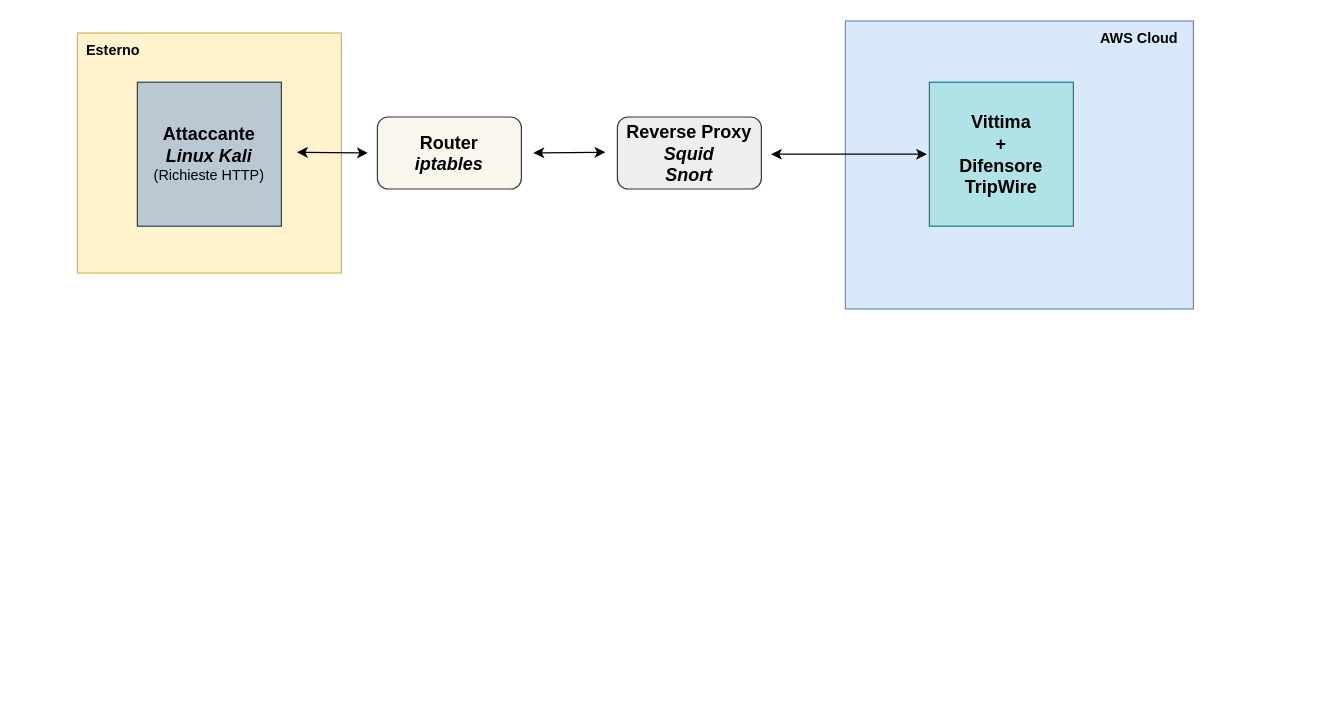
This is schema-adv-cybersec-aggiornato[4_10_23].drawio from alexxdediu/Advanced-Cybersec, a draw.io file, before an edit. Source tidied: cells renumbered, new cells numbered last; positions are measured from the earlier drawing's top-left corner, leaving out a move shared by most shapes. Both pictures are drawn from the tidied source at 120%, with x=0, y=0 at pixel (77, 20).
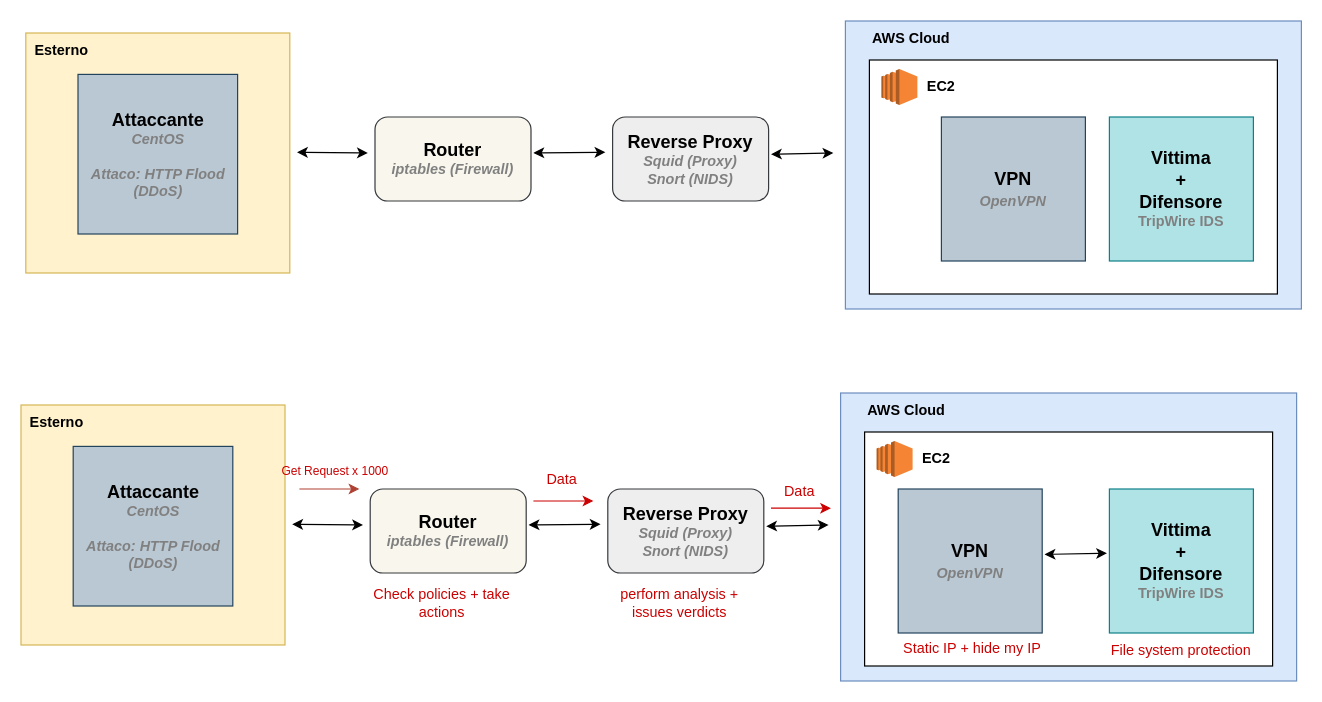
After the change.

What changed in the source:
```diff
@@
     <mxCell id="2" style="rounded=0;whiteSpace=wrap;html=1;fillColor=#fff2cc;strokeColor=#d6b656;" parent="1" vertex="1">
-      <mxGeometry y="10" width="220" height="200" as="geometry" />
+      <mxGeometry x="-43" y="10" width="220" height="200" as="geometry" />
     </mxCell>
     <mxCell id="3" style="rounded=0;whiteSpace=wrap;html=1;fillColor=#dae8fc;strokeColor=#6c8ebf;" parent="1" vertex="1">
-      <mxGeometry x="640" width="290" height="240" as="geometry" />
+      <mxGeometry x="640" width="380" height="240" as="geometry" />
     </mxCell>
-    <mxCell id="4" value="&lt;div&gt;&lt;b&gt;&lt;font style=&quot;font-size: 15px;&quot;&gt;Attaccante&lt;/font&gt;&lt;/b&gt;&lt;/div&gt;&lt;div&gt;&lt;b&gt;&lt;font style=&quot;font-size: 15px;&quot;&gt;&lt;i&gt;Linux Kali&lt;/i&gt;&lt;/font&gt;&lt;/b&gt;&lt;/div&gt;&lt;div&gt;&lt;span style=&quot;&quot;&gt;&lt;font style=&quot;font-size: 12px;&quot;&gt;(Richieste HTTP)&lt;/font&gt;&lt;/span&gt;&lt;b style=&quot;&quot;&gt;&lt;font style=&quot;font-size: 12px;&quot;&gt;&lt;br&gt;&lt;/font&gt;&lt;/b&gt;&lt;/div&gt;" style="whiteSpace=wrap;html=1;fillColor=#bac8d3;strokeColor=#23445d;" parent="1" vertex="1">
-      <mxGeometry x="50" y="51" width="120" height="120" as="geometry" />
+    <mxCell id="4" value="&lt;div&gt;&lt;b&gt;&lt;font style=&quot;font-size: 15px;&quot;&gt;Attaccante&lt;/font&gt;&lt;/b&gt;&lt;/div&gt;&lt;div&gt;&lt;font color=&quot;#808080&quot;&gt;&lt;b&gt;&lt;i&gt;CentOS&lt;/i&gt;&lt;/b&gt;&lt;/font&gt;&lt;/div&gt;&lt;div&gt;&lt;font color=&quot;#808080&quot;&gt;&lt;b&gt;&lt;i&gt;&lt;br&gt;&lt;/i&gt;&lt;/b&gt;&lt;/font&gt;&lt;/div&gt;&lt;div&gt;&lt;font color=&quot;#808080&quot;&gt;&lt;b&gt;&lt;i&gt;&lt;span style=&quot;&quot;&gt;&lt;font style=&quot;font-size: 12px;&quot;&gt;Attaco: HTTP Flood&lt;/font&gt;&lt;/span&gt;&lt;/i&gt;&lt;/b&gt;&lt;/font&gt;&lt;/div&gt;&lt;div&gt;&lt;font color=&quot;#808080&quot;&gt;&lt;b&gt;&lt;i&gt;&lt;span style=&quot;&quot;&gt;&lt;font style=&quot;font-size: 12px;&quot;&gt;(DDoS)&lt;br&gt;&lt;/font&gt;&lt;/span&gt;&lt;/i&gt;&lt;/b&gt;&lt;/font&gt;&lt;/div&gt;" style="whiteSpace=wrap;html=1;fillColor=#bac8d3;strokeColor=#23445d;" parent="1" vertex="1">
+      <mxGeometry x="0.5" y="44.5" width="133" height="133" as="geometry" />
     </mxCell>
-    <mxCell id="5" value="&lt;div&gt;&lt;font style=&quot;font-size: 15px;&quot;&gt;&lt;b&gt;Reverse Proxy&lt;/b&gt;&lt;/font&gt;&lt;/div&gt;&lt;div&gt;&lt;i&gt;&lt;font style=&quot;font-size: 15px;&quot;&gt;&lt;b&gt;Squid&lt;/b&gt;&lt;/font&gt;&lt;/i&gt;&lt;/div&gt;&lt;div&gt;&lt;i&gt;&lt;font style=&quot;font-size: 15px;&quot;&gt;&lt;b&gt;Snort&lt;br&gt;&lt;/b&gt;&lt;/font&gt;&lt;/i&gt;&lt;/div&gt;" style="rounded=1;whiteSpace=wrap;html=1;fillColor=#eeeeee;strokeColor=#36393d;" parent="1" vertex="1">
-      <mxGeometry x="450" y="80" width="120" height="60" as="geometry" />
+    <mxCell id="5" value="&lt;div&gt;&lt;font style=&quot;font-size: 15px;&quot;&gt;&lt;b&gt;Reverse Proxy&lt;/b&gt;&lt;/font&gt;&lt;/div&gt;&lt;div style=&quot;&quot;&gt;&lt;font style=&quot;font-size: 12px;&quot; color=&quot;#808080&quot;&gt;&lt;i&gt;&lt;font style=&quot;font-size: 12px;&quot;&gt;&lt;b&gt;Squid (Proxy)&lt;br&gt;&lt;/b&gt;&lt;/font&gt;&lt;/i&gt;&lt;/font&gt;&lt;/div&gt;&lt;div style=&quot;&quot;&gt;&lt;font style=&quot;font-size: 12px;&quot; color=&quot;#808080&quot;&gt;&lt;i&gt;&lt;font style=&quot;font-size: 12px;&quot;&gt;&lt;b&gt;Snort (NIDS)&lt;/b&gt;&lt;/font&gt;&lt;font style=&quot;font-size: 12px;&quot;&gt;&lt;b&gt;&lt;br&gt;&lt;/b&gt;&lt;/font&gt;&lt;/i&gt;&lt;/font&gt;&lt;/div&gt;" style="rounded=1;whiteSpace=wrap;html=1;fillColor=#eeeeee;strokeColor=#36393d;" parent="1" vertex="1">
+      <mxGeometry x="446" y="80" width="130" height="70" as="geometry" />
     </mxCell>
-    <mxCell id="6" value="&lt;div&gt;&lt;font style=&quot;font-size: 15px;&quot;&gt;&lt;b&gt;Router&lt;/b&gt;&lt;/font&gt;&lt;/div&gt;&lt;div&gt;&lt;i&gt;&lt;font style=&quot;font-size: 15px;&quot;&gt;&lt;b&gt;iptables&lt;/b&gt;&lt;/font&gt;&lt;/i&gt;&lt;/div&gt;" style="rounded=1;whiteSpace=wrap;html=1;fillColor=#f9f7ed;strokeColor=#36393d;" parent="1" vertex="1">
-      <mxGeometry x="250" y="80" width="120" height="60" as="geometry" />
+    <mxCell id="6" value="&lt;div&gt;&lt;font style=&quot;font-size: 15px;&quot;&gt;&lt;b&gt;Router&lt;/b&gt;&lt;/font&gt;&lt;/div&gt;&lt;div style=&quot;&quot;&gt;&lt;i&gt;&lt;font style=&quot;font-size: 12px;&quot; color=&quot;#808080&quot;&gt;&lt;b style=&quot;&quot;&gt;iptables (Firewall)&lt;/b&gt;&lt;/font&gt;&lt;font style=&quot;font-size: 12px;&quot; color=&quot;#808080&quot;&gt;&lt;b&gt;&lt;br&gt;&lt;/b&gt;&lt;/font&gt;&lt;/i&gt;&lt;/div&gt;" style="rounded=1;whiteSpace=wrap;html=1;fillColor=#f9f7ed;strokeColor=#36393d;" parent="1" vertex="1">
+      <mxGeometry x="248" y="80" width="130" height="70" as="geometry" />
     </mxCell>
-    <mxCell id="7" value="&lt;div&gt;&lt;b&gt;&lt;font style=&quot;font-size: 15px;&quot;&gt;Vittima&lt;/font&gt;&lt;/b&gt;&lt;/div&gt;&lt;div&gt;&lt;b&gt;&lt;font style=&quot;font-size: 15px;&quot;&gt;+&lt;/font&gt;&lt;/b&gt;&lt;/div&gt;&lt;div&gt;&lt;b&gt;&lt;font style=&quot;font-size: 15px;&quot;&gt;Difensore&lt;br&gt;&lt;/font&gt;&lt;/b&gt;&lt;/div&gt;&lt;div&gt;&lt;b&gt;&lt;font style=&quot;font-size: 15px;&quot;&gt;TripWire&lt;br&gt;&lt;/font&gt;&lt;/b&gt;&lt;/div&gt;" style="whiteSpace=wrap;html=1;fillColor=#b0e3e6;strokeColor=#0e8088;" parent="1" vertex="1">
-      <mxGeometry x="710" y="51" width="120" height="120" as="geometry" />
-    </mxCell>
     <mxCell id="8" value="&lt;b&gt;AWS Cloud&lt;/b&gt;" style="text;html=1;strokeColor=none;fillColor=none;align=center;verticalAlign=middle;whiteSpace=wrap;rounded=0;" parent="1" vertex="1">
-      <mxGeometry x="840" width="90" height="30" as="geometry" />
+      <mxGeometry x="650" width="90" height="30" as="geometry" />
     </mxCell>
-    <mxCell id="9" style="endArrow=classic;startArrow=classic;html=1;rounded=0;entryX=0;entryY=0.5;entryDx=0;entryDy=0;" parent="1" edge="1">
+    <mxCell id="9" style="endArrow=classic;startArrow=classic;html=1;rounded=0;" parent="1" edge="1">
       <mxGeometry relative="1" as="geometry">
         <mxPoint x="578" y="111" as="sourcePoint" />
-        <mxPoint x="708" y="111" as="targetPoint" />
+        <mxPoint x="630" y="110" as="targetPoint" />
       </mxGeometry>
     </mxCell>
@@
     <mxCell id="12" value="&lt;b&gt;Esterno&lt;/b&gt;" style="text;html=1;strokeColor=none;fillColor=none;align=center;verticalAlign=middle;whiteSpace=wrap;rounded=0;" parent="1" vertex="1">
-      <mxGeometry y="10" width="60" height="30" as="geometry" />
+      <mxGeometry x="-43" y="10" width="60" height="30" as="geometry" />
     </mxCell>
+    <mxCell id="13" style="rounded=0;whiteSpace=wrap;html=1;" parent="1" vertex="1">
+      <mxGeometry x="660" y="32.5" width="340" height="195" as="geometry" />
+    </mxCell>
+    <mxCell id="7" value="&lt;div&gt;&lt;b&gt;&lt;font style=&quot;font-size: 15px;&quot;&gt;Vittima&lt;/font&gt;&lt;/b&gt;&lt;/div&gt;&lt;div&gt;&lt;b&gt;&lt;font style=&quot;font-size: 15px;&quot;&gt;+&lt;/font&gt;&lt;/b&gt;&lt;/div&gt;&lt;div&gt;&lt;b&gt;&lt;font style=&quot;font-size: 15px;&quot;&gt;Difensore&lt;br&gt;&lt;/font&gt;&lt;/b&gt;&lt;/div&gt;&lt;div&gt;&lt;b style=&quot;&quot;&gt;&lt;font color=&quot;#808080&quot; style=&quot;font-size: 12px;&quot;&gt;TripWire IDS&lt;br&gt;&lt;/font&gt;&lt;/b&gt;&lt;/div&gt;" style="whiteSpace=wrap;html=1;fillColor=#b0e3e6;strokeColor=#0e8088;" parent="1" vertex="1">
+      <mxGeometry x="860" y="80" width="120" height="120" as="geometry" />
+    </mxCell>
+    <mxCell id="14" value="&lt;div&gt;&lt;font style=&quot;font-size: 15px;&quot;&gt;&lt;b&gt;VPN&lt;/b&gt;&lt;/font&gt;&lt;/div&gt;&lt;div&gt;&lt;font color=&quot;#808080&quot; style=&quot;font-size: 15px;&quot;&gt;&lt;b style=&quot;font-size: 12px;&quot;&gt;&lt;i&gt;OpenVPN&lt;br&gt;&lt;/i&gt;&lt;/b&gt;&lt;/font&gt;&lt;/div&gt;" style="whiteSpace=wrap;html=1;fillColor=#bac8d3;strokeColor=#23445d;" parent="1" vertex="1">
+      <mxGeometry x="720" y="80" width="120" height="120" as="geometry" />
+    </mxCell>
+    <mxCell id="15" style="dashed=0;verticalLabelPosition=bottom;verticalAlign=top;align=center;html=1;shape=mxgraph.aws3.ec2;fillColor=#F58534;gradientColor=none;" parent="1" vertex="1">
+      <mxGeometry x="670" y="40" width="30" height="30" as="geometry" />
+    </mxCell>
+    <mxCell id="16" value="&lt;b&gt;EC2&lt;/b&gt;" style="text;html=1;strokeColor=none;fillColor=none;align=center;verticalAlign=middle;whiteSpace=wrap;rounded=0;" parent="1" vertex="1">
+      <mxGeometry x="690" y="40" width="60" height="30" as="geometry" />
+    </mxCell>
+    <mxCell id="17" style="rounded=0;whiteSpace=wrap;html=1;fillColor=#fff2cc;strokeColor=#d6b656;" parent="1" vertex="1">
+      <mxGeometry x="-47" y="320" width="220" height="200" as="geometry" />
+    </mxCell>
+    <mxCell id="18" style="rounded=0;whiteSpace=wrap;html=1;fillColor=#dae8fc;strokeColor=#6c8ebf;" parent="1" vertex="1">
+      <mxGeometry x="636" y="310" width="380" height="240" as="geometry" />
+    </mxCell>
+    <mxCell id="19" value="&lt;div&gt;&lt;b&gt;&lt;font style=&quot;font-size: 15px;&quot;&gt;Attaccante&lt;/font&gt;&lt;/b&gt;&lt;/div&gt;&lt;div&gt;&lt;font color=&quot;#808080&quot;&gt;&lt;b&gt;&lt;i&gt;CentOS&lt;/i&gt;&lt;/b&gt;&lt;/font&gt;&lt;/div&gt;&lt;div&gt;&lt;font color=&quot;#808080&quot;&gt;&lt;b&gt;&lt;i&gt;&lt;br&gt;&lt;/i&gt;&lt;/b&gt;&lt;/font&gt;&lt;/div&gt;&lt;div&gt;&lt;font color=&quot;#808080&quot;&gt;&lt;b&gt;&lt;i&gt;&lt;span style=&quot;&quot;&gt;&lt;font style=&quot;font-size: 12px;&quot;&gt;Attaco: HTTP Flood&lt;/font&gt;&lt;/span&gt;&lt;/i&gt;&lt;/b&gt;&lt;/font&gt;&lt;/div&gt;&lt;div&gt;&lt;font color=&quot;#808080&quot;&gt;&lt;b&gt;&lt;i&gt;&lt;span style=&quot;&quot;&gt;&lt;font style=&quot;font-size: 12px;&quot;&gt;(DDoS)&lt;br&gt;&lt;/font&gt;&lt;/span&gt;&lt;/i&gt;&lt;/b&gt;&lt;/font&gt;&lt;/div&gt;" style="whiteSpace=wrap;html=1;fillColor=#bac8d3;strokeColor=#23445d;" parent="1" vertex="1">
+      <mxGeometry x="-3.5" y="354.5" width="133" height="133" as="geometry" />
+    </mxCell>
+    <mxCell id="20" value="&lt;div&gt;&lt;font style=&quot;font-size: 15px;&quot;&gt;&lt;b&gt;Reverse Proxy&lt;/b&gt;&lt;/font&gt;&lt;/div&gt;&lt;div style=&quot;&quot;&gt;&lt;font style=&quot;font-size: 12px;&quot; color=&quot;#808080&quot;&gt;&lt;i&gt;&lt;font style=&quot;font-size: 12px;&quot;&gt;&lt;b&gt;Squid (Proxy)&lt;br&gt;&lt;/b&gt;&lt;/font&gt;&lt;/i&gt;&lt;/font&gt;&lt;/div&gt;&lt;div style=&quot;&quot;&gt;&lt;font style=&quot;font-size: 12px;&quot; color=&quot;#808080&quot;&gt;&lt;i&gt;&lt;font style=&quot;font-size: 12px;&quot;&gt;&lt;b&gt;Snort (NIDS)&lt;/b&gt;&lt;/font&gt;&lt;font style=&quot;font-size: 12px;&quot;&gt;&lt;b&gt;&lt;br&gt;&lt;/b&gt;&lt;/font&gt;&lt;/i&gt;&lt;/font&gt;&lt;/div&gt;" style="rounded=1;whiteSpace=wrap;html=1;fillColor=#eeeeee;strokeColor=#36393d;" parent="1" vertex="1">
+      <mxGeometry x="442" y="390" width="130" height="70" as="geometry" />
+    </mxCell>
+    <mxCell id="21" value="&lt;div&gt;&lt;font style=&quot;font-size: 15px;&quot;&gt;&lt;b&gt;Router&lt;/b&gt;&lt;/font&gt;&lt;/div&gt;&lt;div style=&quot;&quot;&gt;&lt;i&gt;&lt;font style=&quot;font-size: 12px;&quot; color=&quot;#808080&quot;&gt;&lt;b style=&quot;&quot;&gt;iptables (Firewall)&lt;/b&gt;&lt;/font&gt;&lt;font style=&quot;font-size: 12px;&quot; color=&quot;#808080&quot;&gt;&lt;b&gt;&lt;br&gt;&lt;/b&gt;&lt;/font&gt;&lt;/i&gt;&lt;/div&gt;" style="rounded=1;whiteSpace=wrap;html=1;fillColor=#f9f7ed;strokeColor=#36393d;" parent="1" vertex="1">
+      <mxGeometry x="244" y="390" width="130" height="70" as="geometry" />
+    </mxCell>
+    <mxCell id="22" value="&lt;b&gt;AWS Cloud&lt;/b&gt;" style="text;html=1;strokeColor=none;fillColor=none;align=center;verticalAlign=middle;whiteSpace=wrap;rounded=0;" parent="1" vertex="1">
+      <mxGeometry x="646" y="310" width="90" height="30" as="geometry" />
+    </mxCell>
+    <mxCell id="23" style="endArrow=classic;startArrow=classic;html=1;rounded=0;" parent="1" edge="1">
+      <mxGeometry relative="1" as="geometry">
+        <mxPoint x="574" y="421" as="sourcePoint" />
+        <mxPoint x="626" y="420" as="targetPoint" />
+      </mxGeometry>
+    </mxCell>
+    <mxCell id="24" style="endArrow=classic;startArrow=classic;html=1;rounded=0;" parent="1" edge="1">
+      <mxGeometry relative="1" as="geometry">
+        <mxPoint x="179" y="419.4" as="sourcePoint" />
+        <mxPoint x="238" y="420" as="targetPoint" />
+      </mxGeometry>
+    </mxCell>
+    <mxCell id="25" style="endArrow=classic;startArrow=classic;html=1;rounded=0;" parent="1" edge="1">
+      <mxGeometry relative="1" as="geometry">
+        <mxPoint x="376" y="419.9" as="sourcePoint" />
+        <mxPoint x="436" y="419.4" as="targetPoint" />
+      </mxGeometry>
+    </mxCell>
+    <mxCell id="26" value="&lt;b&gt;Esterno&lt;/b&gt;" style="text;html=1;strokeColor=none;fillColor=none;align=center;verticalAlign=middle;whiteSpace=wrap;rounded=0;" parent="1" vertex="1">
+      <mxGeometry x="-47" y="320" width="60" height="30" as="geometry" />
+    </mxCell>
+    <mxCell id="27" style="rounded=0;whiteSpace=wrap;html=1;" parent="1" vertex="1">
+      <mxGeometry x="656" y="342.5" width="340" height="195" as="geometry" />
+    </mxCell>
+    <mxCell id="28" value="&lt;div&gt;&lt;b&gt;&lt;font style=&quot;font-size: 15px;&quot;&gt;Vittima&lt;/font&gt;&lt;/b&gt;&lt;/div&gt;&lt;div&gt;&lt;b&gt;&lt;font style=&quot;font-size: 15px;&quot;&gt;+&lt;/font&gt;&lt;/b&gt;&lt;/div&gt;&lt;div&gt;&lt;b&gt;&lt;font style=&quot;font-size: 15px;&quot;&gt;Difensore&lt;br&gt;&lt;/font&gt;&lt;/b&gt;&lt;/div&gt;&lt;div&gt;&lt;b style=&quot;&quot;&gt;&lt;font color=&quot;#808080&quot; style=&quot;font-size: 12px;&quot;&gt;TripWire IDS&lt;br&gt;&lt;/font&gt;&lt;/b&gt;&lt;/div&gt;" style="whiteSpace=wrap;html=1;fillColor=#b0e3e6;strokeColor=#0e8088;" parent="1" vertex="1">
+      <mxGeometry x="860" y="390" width="120" height="120" as="geometry" />
+    </mxCell>
+    <mxCell id="29" value="&lt;div&gt;&lt;font style=&quot;font-size: 15px;&quot;&gt;&lt;b&gt;VPN&lt;/b&gt;&lt;/font&gt;&lt;/div&gt;&lt;div&gt;&lt;font color=&quot;#808080&quot; style=&quot;font-size: 15px;&quot;&gt;&lt;b style=&quot;font-size: 12px;&quot;&gt;&lt;i&gt;OpenVPN&lt;br&gt;&lt;/i&gt;&lt;/b&gt;&lt;/font&gt;&lt;/div&gt;" style="whiteSpace=wrap;html=1;fillColor=#bac8d3;strokeColor=#23445d;" parent="1" vertex="1">
+      <mxGeometry x="684" y="390" width="120" height="120" as="geometry" />
+    </mxCell>
+    <mxCell id="30" style="dashed=0;verticalLabelPosition=bottom;verticalAlign=top;align=center;html=1;shape=mxgraph.aws3.ec2;fillColor=#F58534;gradientColor=none;" parent="1" vertex="1">
+      <mxGeometry x="666" y="350" width="30" height="30" as="geometry" />
+    </mxCell>
+    <mxCell id="31" value="&lt;b&gt;EC2&lt;/b&gt;" style="text;html=1;strokeColor=none;fillColor=none;align=center;verticalAlign=middle;whiteSpace=wrap;rounded=0;" parent="1" vertex="1">
+      <mxGeometry x="686" y="350" width="60" height="30" as="geometry" />
+    </mxCell>
+    <mxCell id="32" style="endArrow=classic;html=1;rounded=0;fillColor=#fad9d5;strokeColor=#ae4132;" parent="1" edge="1">
+      <mxGeometry relative="1" as="geometry">
+        <mxPoint x="185" y="390" as="sourcePoint" />
+        <mxPoint x="235" y="390" as="targetPoint" />
+      </mxGeometry>
+    </mxCell>
+    <mxCell id="33" value="&lt;font color=&quot;#cc0000&quot; style=&quot;font-size: 10px;&quot;&gt;Get Request x 1000&lt;/font&gt;" style="text;html=1;strokeColor=none;fillColor=none;align=center;verticalAlign=middle;whiteSpace=wrap;rounded=0;" parent="1" vertex="1">
+      <mxGeometry x="160" y="360" width="110" height="30" as="geometry" />
+    </mxCell>
+    <mxCell id="34" value="&lt;font color=&quot;#cc0000&quot;&gt;Check policies + take actions&lt;/font&gt;" style="text;html=1;strokeColor=none;fillColor=none;align=center;verticalAlign=middle;whiteSpace=wrap;rounded=0;" parent="1" vertex="1">
+      <mxGeometry x="244" y="470" width="120" height="30" as="geometry" />
+    </mxCell>
+    <mxCell id="35" style="endArrow=classic;html=1;rounded=0;strokeColor=#CC0000;" parent="1" edge="1">
+      <mxGeometry relative="1" as="geometry">
+        <mxPoint x="380" y="400" as="sourcePoint" />
+        <mxPoint x="430" y="400" as="targetPoint" />
+      </mxGeometry>
+    </mxCell>
+    <mxCell id="36" value="&lt;font color=&quot;#cc0000&quot;&gt;Data&lt;/font&gt;" style="text;html=1;strokeColor=none;fillColor=none;align=center;verticalAlign=middle;whiteSpace=wrap;rounded=0;" parent="1" vertex="1">
+      <mxGeometry x="374" y="367" width="60" height="30" as="geometry" />
+    </mxCell>
+    <mxCell id="37" value="&lt;font color=&quot;#cc0000&quot;&gt;perform analysis + issues verdicts&lt;/font&gt;" style="text;html=1;strokeColor=none;fillColor=none;align=center;verticalAlign=middle;whiteSpace=wrap;rounded=0;" parent="1" vertex="1">
+      <mxGeometry x="442" y="470" width="120" height="30" as="geometry" />
+    </mxCell>
+    <mxCell id="38" value="&lt;font color=&quot;#cc0000&quot;&gt;Static IP + hide my IP&lt;br&gt;&lt;/font&gt;" style="text;html=1;strokeColor=none;fillColor=none;align=center;verticalAlign=middle;whiteSpace=wrap;rounded=0;" parent="1" vertex="1">
+      <mxGeometry x="686" y="507.5" width="120" height="30" as="geometry" />
+    </mxCell>
+    <mxCell id="39" style="endArrow=classic;html=1;rounded=0;strokeColor=#CC0000;" parent="1" edge="1">
+      <mxGeometry relative="1" as="geometry">
+        <mxPoint x="578" y="406" as="sourcePoint" />
+        <mxPoint x="628" y="406" as="targetPoint" />
+      </mxGeometry>
+    </mxCell>
+    <mxCell id="40" value="&lt;font color=&quot;#cc0000&quot;&gt;Data&lt;/font&gt;" style="text;html=1;strokeColor=none;fillColor=none;align=center;verticalAlign=middle;whiteSpace=wrap;rounded=0;" parent="1" vertex="1">
+      <mxGeometry x="572" y="377" width="60" height="30" as="geometry" />
+    </mxCell>
+    <mxCell id="41" style="endArrow=classic;startArrow=classic;html=1;rounded=0;" parent="1" edge="1">
+      <mxGeometry relative="1" as="geometry">
+        <mxPoint x="806" y="444.5" as="sourcePoint" />
+        <mxPoint x="858" y="443.5" as="targetPoint" />
+      </mxGeometry>
+    </mxCell>
+    <mxCell id="42" value="&lt;font color=&quot;#cc0000&quot;&gt;File system protection &lt;br&gt;&lt;/font&gt;" style="text;html=1;strokeColor=none;fillColor=none;align=center;verticalAlign=middle;whiteSpace=wrap;rounded=0;" parent="1" vertex="1">
+      <mxGeometry x="860" y="510" width="120" height="30" as="geometry" />
+    </mxCell>
```
